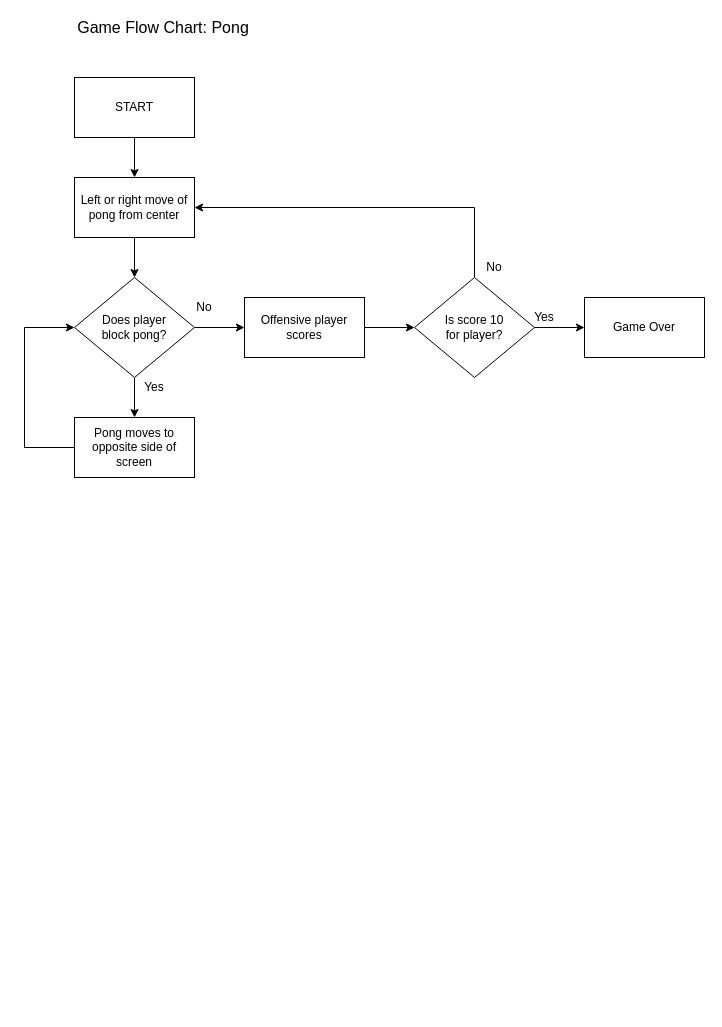
Before: charts/pong.drawio in dpb7/flowcharts, a draw.io diagram. Source tidied: cells renumbered, new cells numbered last; positions are measured from the earlier drawing's top-left corner, leaving out a move shared by most shapes. Both pictures are drawn from the tidied source at 100%, with x=0, y=0 at pixel (24, 17).
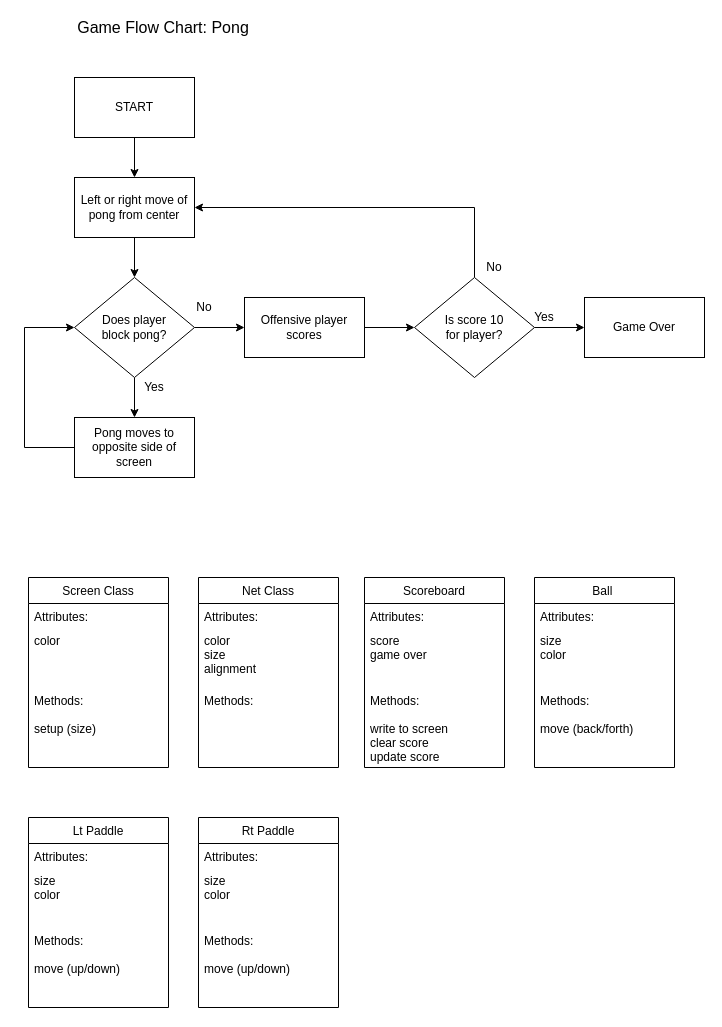
Above is the later version.

What changed in the source:
```diff
@@
+    <mxCell id="22" value="Screen Class" style="swimlane;fontStyle=0;horizontal=1;startSize=26;" parent="1" vertex="1">
+      <mxGeometry x="4" y="560" width="140" height="190" as="geometry" />
+    </mxCell>
+    <mxCell id="23" value="Attributes:" style="text;strokeColor=none;fillColor=none;align=left;verticalAlign=top;spacingLeft=4;spacingRight=4;overflow=hidden;fontStyle=0;" parent="22" vertex="1">
+      <mxGeometry y="26" width="140" height="24" as="geometry" />
+    </mxCell>
+    <mxCell id="24" value="color&#10;" style="text;strokeColor=none;fillColor=none;align=left;verticalAlign=top;spacingLeft=4;spacingRight=4;overflow=hidden;" parent="22" vertex="1">
+      <mxGeometry y="50" width="140" height="60" as="geometry" />
+    </mxCell>
+    <mxCell id="25" value="Methods:&#10;&#10;setup (size)" style="text;strokeColor=none;fillColor=none;align=left;verticalAlign=top;spacingLeft=4;spacingRight=4;overflow=hidden;fontStyle=0;" parent="22" vertex="1">
+      <mxGeometry y="110" width="140" height="80" as="geometry" />
+    </mxCell>
+    <mxCell id="26" value="Scoreboard" style="swimlane;fontStyle=0;horizontal=1;startSize=26;" parent="1" vertex="1">
+      <mxGeometry x="340" y="560" width="140" height="190" as="geometry" />
+    </mxCell>
+    <mxCell id="27" value="Attributes:" style="text;strokeColor=none;fillColor=none;align=left;verticalAlign=top;spacingLeft=4;spacingRight=4;overflow=hidden;fontStyle=0;" parent="26" vertex="1">
+      <mxGeometry y="26" width="140" height="24" as="geometry" />
+    </mxCell>
+    <mxCell id="28" value="score &#10;game over " style="text;strokeColor=none;fillColor=none;align=left;verticalAlign=top;spacingLeft=4;spacingRight=4;overflow=hidden;" parent="26" vertex="1">
+      <mxGeometry y="50" width="140" height="60" as="geometry" />
+    </mxCell>
+    <mxCell id="29" value="Methods:&#10;&#10;write to screen&#10;clear score&#10;update score" style="text;strokeColor=none;fillColor=none;align=left;verticalAlign=top;spacingLeft=4;spacingRight=4;overflow=hidden;fontStyle=0;" parent="26" vertex="1">
+      <mxGeometry y="110" width="140" height="80" as="geometry" />
+    </mxCell>
+    <mxCell id="30" value="Ball " style="swimlane;fontStyle=0;horizontal=1;startSize=26;" parent="1" vertex="1">
+      <mxGeometry x="510" y="560" width="140" height="190" as="geometry" />
+    </mxCell>
+    <mxCell id="31" value="Attributes:" style="text;strokeColor=none;fillColor=none;align=left;verticalAlign=top;spacingLeft=4;spacingRight=4;overflow=hidden;fontStyle=0;" parent="30" vertex="1">
+      <mxGeometry y="26" width="140" height="24" as="geometry" />
+    </mxCell>
+    <mxCell id="32" value="size&#10;color" style="text;strokeColor=none;fillColor=none;align=left;verticalAlign=top;spacingLeft=4;spacingRight=4;overflow=hidden;" parent="30" vertex="1">
+      <mxGeometry y="50" width="140" height="60" as="geometry" />
+    </mxCell>
+    <mxCell id="33" value="Methods:&#10;&#10;move (back/forth)" style="text;strokeColor=none;fillColor=none;align=left;verticalAlign=top;spacingLeft=4;spacingRight=4;overflow=hidden;fontStyle=0;" parent="30" vertex="1">
+      <mxGeometry y="110" width="140" height="80" as="geometry" />
+    </mxCell>
+    <mxCell id="34" value="Lt Paddle" style="swimlane;fontStyle=0;horizontal=1;startSize=26;" parent="1" vertex="1">
+      <mxGeometry x="4" y="800" width="140" height="190" as="geometry" />
+    </mxCell>
+    <mxCell id="35" value="Attributes:" style="text;strokeColor=none;fillColor=none;align=left;verticalAlign=top;spacingLeft=4;spacingRight=4;overflow=hidden;fontStyle=0;" parent="34" vertex="1">
+      <mxGeometry y="26" width="140" height="24" as="geometry" />
+    </mxCell>
+    <mxCell id="36" value="size&#10;color" style="text;strokeColor=none;fillColor=none;align=left;verticalAlign=top;spacingLeft=4;spacingRight=4;overflow=hidden;" parent="34" vertex="1">
+      <mxGeometry y="50" width="140" height="60" as="geometry" />
+    </mxCell>
+    <mxCell id="37" value="Methods:&#10;&#10;move (up/down)" style="text;strokeColor=none;fillColor=none;align=left;verticalAlign=top;spacingLeft=4;spacingRight=4;overflow=hidden;fontStyle=0;" parent="34" vertex="1">
+      <mxGeometry y="110" width="140" height="80" as="geometry" />
+    </mxCell>
+    <mxCell id="38" value="Net Class" style="swimlane;fontStyle=0;horizontal=1;startSize=26;" parent="1" vertex="1">
+      <mxGeometry x="174" y="560" width="140" height="190" as="geometry" />
+    </mxCell>
+    <mxCell id="39" value="Attributes:" style="text;strokeColor=none;fillColor=none;align=left;verticalAlign=top;spacingLeft=4;spacingRight=4;overflow=hidden;fontStyle=0;" parent="38" vertex="1">
+      <mxGeometry y="26" width="140" height="24" as="geometry" />
+    </mxCell>
+    <mxCell id="40" value="color&#10;size&#10;alignment&#10;" style="text;strokeColor=none;fillColor=none;align=left;verticalAlign=top;spacingLeft=4;spacingRight=4;overflow=hidden;" parent="38" vertex="1">
+      <mxGeometry y="50" width="140" height="60" as="geometry" />
+    </mxCell>
+    <mxCell id="41" value="Methods:&#10;&#10;" style="text;strokeColor=none;fillColor=none;align=left;verticalAlign=top;spacingLeft=4;spacingRight=4;overflow=hidden;fontStyle=0;" parent="38" vertex="1">
+      <mxGeometry y="110" width="140" height="80" as="geometry" />
+    </mxCell>
+    <mxCell id="42" value="Rt Paddle" style="swimlane;fontStyle=0;horizontal=1;startSize=26;" parent="1" vertex="1">
+      <mxGeometry x="174" y="800" width="140" height="190" as="geometry" />
+    </mxCell>
+    <mxCell id="43" value="Attributes:" style="text;strokeColor=none;fillColor=none;align=left;verticalAlign=top;spacingLeft=4;spacingRight=4;overflow=hidden;fontStyle=0;" parent="42" vertex="1">
+      <mxGeometry y="26" width="140" height="24" as="geometry" />
+    </mxCell>
+    <mxCell id="44" value="size&#10;color" style="text;strokeColor=none;fillColor=none;align=left;verticalAlign=top;spacingLeft=4;spacingRight=4;overflow=hidden;" parent="42" vertex="1">
+      <mxGeometry y="50" width="140" height="60" as="geometry" />
+    </mxCell>
+    <mxCell id="45" value="Methods:&#10;&#10;move (up/down)" style="text;strokeColor=none;fillColor=none;align=left;verticalAlign=top;spacingLeft=4;spacingRight=4;overflow=hidden;fontStyle=0;" parent="42" vertex="1">
+      <mxGeometry y="110" width="140" height="80" as="geometry" />
+    </mxCell>
```
